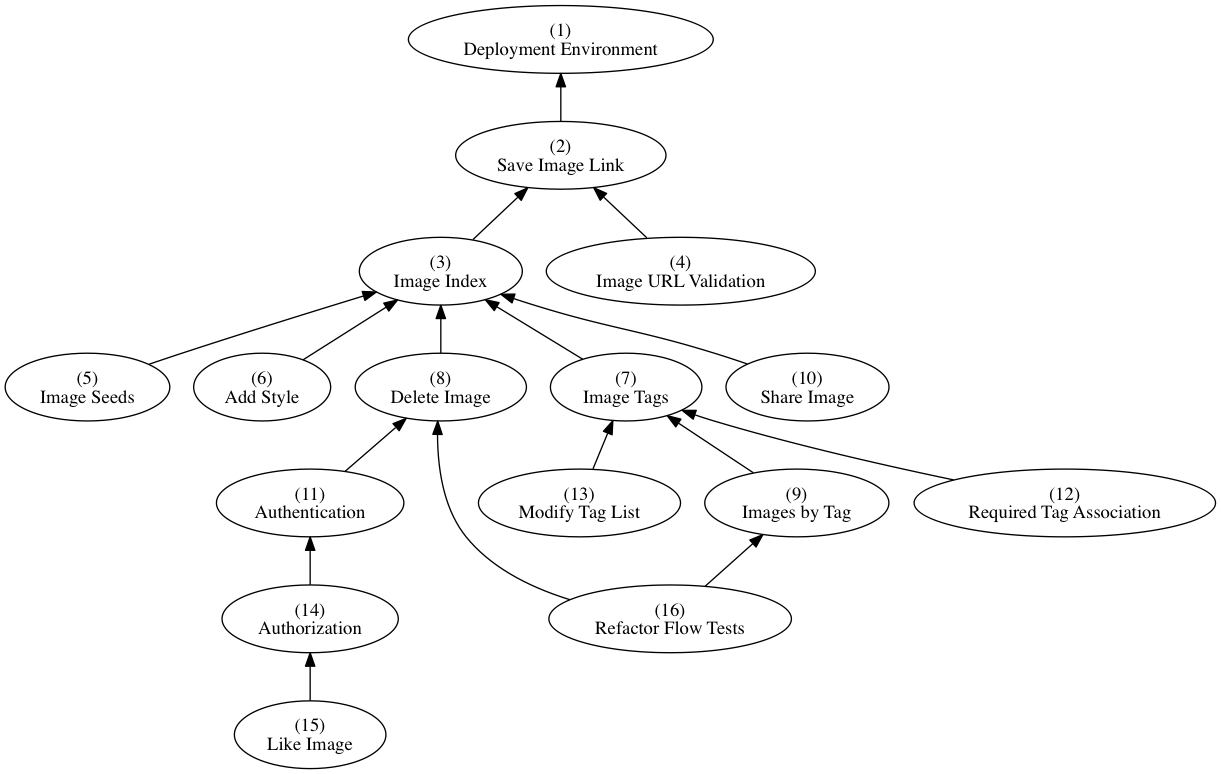
AppFolioOnboarding/tasks keeps this Graphviz diagram as dependencies.png. Above is the earlier version. Its source is kept beside it as dependencies.dot.
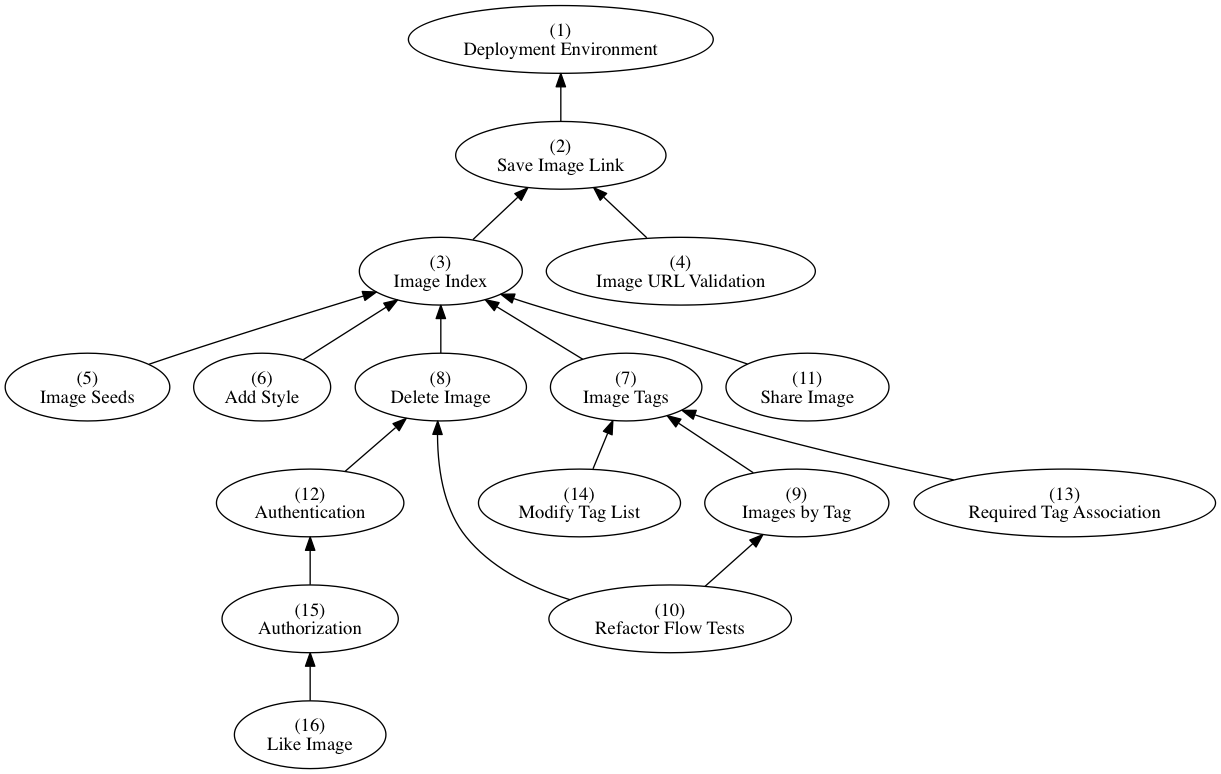
Above is the later version.

Commit message:
Move "Refactor flow tests" to be issue 10

The edit, as a diff of the source:
```diff
@@ -10,13 +10,13 @@
   "Image Tags" [label="(7)\nImage Tags"]
   "Delete Image" [label="(8)\nDelete Image"]
   "Images by Tag" [label="(9)\nImages by Tag"]
-  "Refactor Flow Tests" [label="(16)\nRefactor Flow Tests"]
-  "Share Image" [label="(10)\nShare Image"]
-  "Authentication" [label="(11)\nAuthentication"]
-  "Required Tag Association" [label="(12)\nRequired Tag Association"]
-  "Modify Tag List" [label="(13)\nModify Tag List"]
-  "Authorization" [label="(14)\nAuthorization"]
-  "Like Image" [label="(15)\nLike Image"]
+  "Refactor Flow Tests" [label="(10)\nRefactor Flow Tests"]
+  "Share Image" [label="(11)\nShare Image"]
+  "Authentication" [label="(12)\nAuthentication"]
+  "Required Tag Association" [label="(13)\nRequired Tag Association"]
+  "Modify Tag List" [label="(14)\nModify Tag List"]
+  "Authorization" [label="(15)\nAuthorization"]
+  "Like Image" [label="(16)\nLike Image"]
 
   "Add Style" -> "Image Index"
   "Authentication" -> "Delete Image"
```
